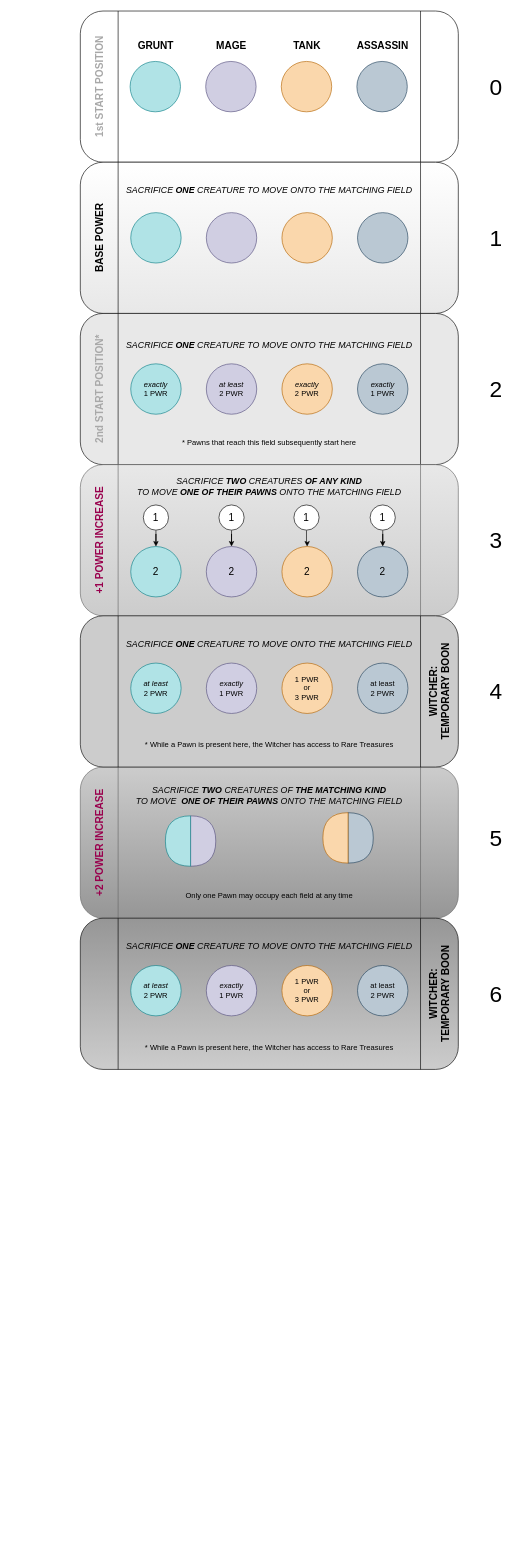
The draw.io diagram Altar.drawio in eldritch-bender/OPMech, before the edit. Source tidied: cells renumbered, new cells numbered last; positions are measured from the earlier drawing's top-left corner, leaving out a move shared by most shapes. Both pictures are drawn from the tidied source at 63%, with x=0, y=0 at pixel (80, 11).
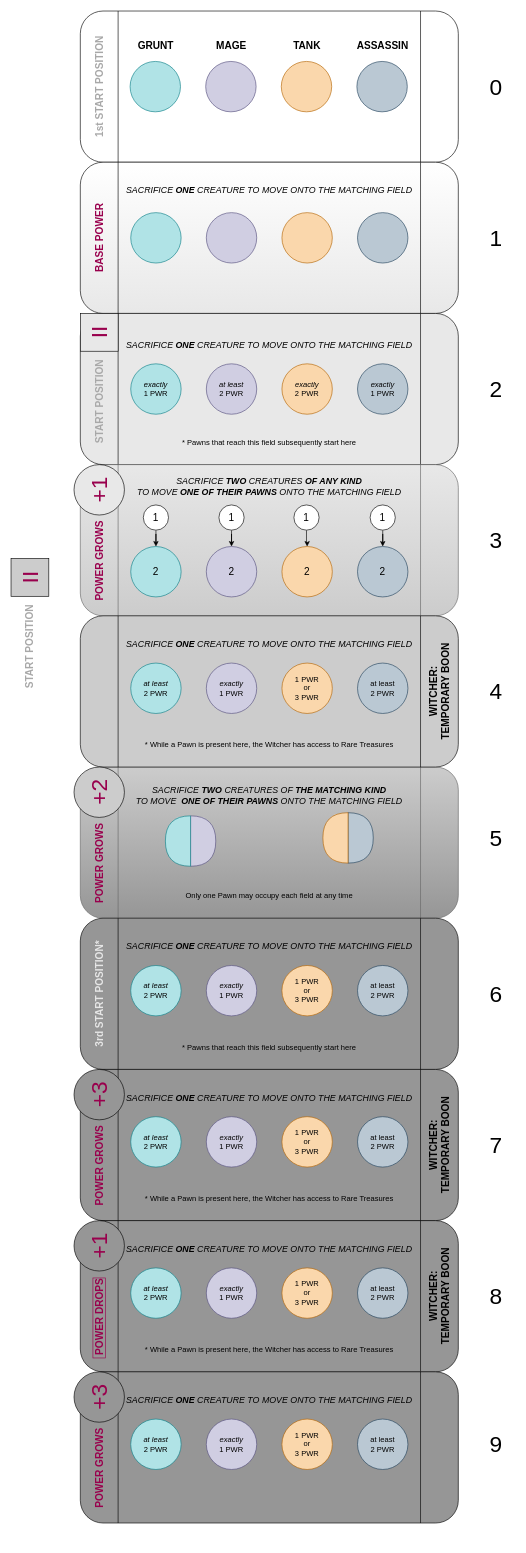
Above is the later version.

Diff of the diagram source:
```diff
@@
-    <mxCell id="26" value="&lt;font style=&quot;font-size: 16px&quot;&gt;BASE POWER&lt;/font&gt;" style="text;html=1;strokeColor=none;fillColor=none;align=center;verticalAlign=middle;whiteSpace=wrap;horizontal=0;fontStyle=1;rounded=1;" parent="1" vertex="1">
+    <mxCell id="26" value="&lt;font style=&quot;font-size: 16px&quot; color=&quot;#99004d&quot;&gt;BASE POWER&lt;/font&gt;" style="text;html=1;strokeColor=none;fillColor=none;align=center;verticalAlign=middle;whiteSpace=wrap;horizontal=0;fontStyle=1;rounded=1;" parent="1" vertex="1">
       <mxGeometry y="240" width="60" height="240" as="geometry" />
     </mxCell>
-    <mxCell id="27" value="&lt;font style=&quot;font-size: 16px&quot;&gt;+1 POWER INCREASE&lt;/font&gt;" style="text;html=1;strokeColor=none;fillColor=none;align=center;verticalAlign=middle;whiteSpace=wrap;horizontal=0;fontStyle=1;rounded=0;fontColor=#99004D;" parent="1" vertex="1">
-      <mxGeometry y="720" width="60" height="240" as="geometry" />
-    </mxCell>
@@
-    <mxCell id="45" value="&lt;span style=&quot;font-size: 16px&quot;&gt;2nd START POSITION*&lt;/span&gt;" style="text;html=1;strokeColor=none;fillColor=none;align=center;verticalAlign=middle;whiteSpace=wrap;horizontal=0;fontStyle=1;rounded=0;fontColor=#A8A8A8;" parent="1" vertex="1">
-      <mxGeometry y="480" width="60" height="240" as="geometry" />
+    <mxCell id="45" value="&lt;span style=&quot;font-size: 16px&quot;&gt;START POSITION&lt;/span&gt;" style="text;html=1;strokeColor=none;fillColor=none;align=center;verticalAlign=middle;whiteSpace=wrap;horizontal=0;fontStyle=1;rounded=0;fontColor=#A8A8A8;labelBackgroundColor=none;labelBorderColor=none;" parent="1" vertex="1">
+      <mxGeometry y="500" width="60" height="240" as="geometry" />
     </mxCell>
@@
-    <mxCell id="69" value="&lt;font style=&quot;font-size: 16px&quot;&gt;+2 POWER INCREASE&lt;/font&gt;" style="text;html=1;strokeColor=none;fillColor=none;align=center;verticalAlign=middle;whiteSpace=wrap;horizontal=0;fontStyle=1;rounded=0;fontColor=#99004D;" parent="1" vertex="1">
-      <mxGeometry y="1200" width="60" height="240" as="geometry" />
-    </mxCell>
-    <mxCell id="70" style="shape=process;whiteSpace=wrap;html=1;backgroundOutline=1;rounded=1;fillColor=#969696;gradientColor=#cccccc;" parent="1" vertex="1">
+    <mxCell id="70" style="shape=process;whiteSpace=wrap;html=1;backgroundOutline=1;rounded=1;fillColor=#969696;" parent="1" vertex="1">
       <mxGeometry y="1440" width="600" height="240" as="geometry" />
     </mxCell>
@@
-    <mxCell id="79" value="&lt;font style=&quot;font-size: 16px&quot;&gt;WITCHER:&lt;br&gt;TEMPORARY BOON&lt;/font&gt;" style="text;html=1;strokeColor=none;fillColor=none;align=center;verticalAlign=middle;whiteSpace=wrap;horizontal=0;fontStyle=1;rounded=0;" parent="1" vertex="1">
-      <mxGeometry x="540" y="1440" width="60" height="240" as="geometry" />
-    </mxCell>
-    <mxCell id="80" value="* While a Pawn is present here, the Witcher has access to Rare Treasures" style="text;html=1;strokeColor=none;fillColor=none;align=center;verticalAlign=middle;whiteSpace=wrap;rounded=0;fontSize=12;" parent="1" vertex="1">
-      <mxGeometry x="60" y="1630" width="480" height="30" as="geometry" />
-    </mxCell>
@@
+    <mxCell id="83" style="shape=process;whiteSpace=wrap;html=1;backgroundOutline=1;rounded=1;fillColor=#969696;" parent="1" vertex="1">
+      <mxGeometry y="1680" width="600" height="240" as="geometry" />
+    </mxCell>
+    <mxCell id="84" style="ellipse;whiteSpace=wrap;html=1;fillColor=#b0e3e6;strokeColor=#0e8088;rounded=1;" parent="1" vertex="1">
+      <mxGeometry x="80" y="1755" width="80" height="80" as="geometry" />
+    </mxCell>
+    <mxCell id="85" style="ellipse;whiteSpace=wrap;html=1;fillColor=#d0cee2;strokeColor=#56517e;rounded=1;" parent="1" vertex="1">
+      <mxGeometry x="200" y="1755" width="80" height="80" as="geometry" />
+    </mxCell>
+    <mxCell id="86" style="ellipse;whiteSpace=wrap;html=1;fillColor=#bac8d3;strokeColor=#23445d;rounded=1;" parent="1" vertex="1">
+      <mxGeometry x="440" y="1755" width="80" height="80" as="geometry" />
+    </mxCell>
+    <mxCell id="87" value="1 PWR&lt;br&gt;or&lt;br&gt;3 PWR" style="ellipse;whiteSpace=wrap;html=1;fillColor=#fad7ac;strokeColor=#b46504;rounded=1;" parent="1" vertex="1">
+      <mxGeometry x="320" y="1755" width="80" height="80" as="geometry" />
+    </mxCell>
+    <mxCell id="88" value="at least&lt;br&gt;2 PWR" style="text;html=1;strokeColor=none;fillColor=none;align=center;verticalAlign=middle;whiteSpace=wrap;rounded=1;" parent="1" vertex="1">
+      <mxGeometry x="450" y="1780" width="60" height="30" as="geometry" />
+    </mxCell>
+    <mxCell id="89" value="&lt;i&gt;at least&lt;/i&gt;&lt;br&gt;2 PWR" style="text;html=1;strokeColor=none;fillColor=none;align=center;verticalAlign=middle;whiteSpace=wrap;rounded=1;" parent="1" vertex="1">
+      <mxGeometry x="90" y="1780" width="60" height="30" as="geometry" />
+    </mxCell>
+    <mxCell id="90" value="&lt;i style=&quot;font-size: 14px&quot;&gt;SACRIFICE &lt;b&gt;ONE&lt;/b&gt; CREATURE TO MOVE ONTO THE MATCHING FIELD&lt;/i&gt;" style="text;html=1;strokeColor=none;fillColor=none;align=center;verticalAlign=middle;whiteSpace=wrap;rounded=1;" parent="1" vertex="1">
+      <mxGeometry x="60" y="1710" width="480" height="30" as="geometry" />
+    </mxCell>
+    <mxCell id="91" value="&lt;i&gt;exactly&lt;/i&gt;&lt;br&gt;1 PWR" style="text;html=1;strokeColor=none;fillColor=none;align=center;verticalAlign=middle;whiteSpace=wrap;rounded=1;" parent="1" vertex="1">
+      <mxGeometry x="210" y="1780" width="60" height="30" as="geometry" />
+    </mxCell>
+    <mxCell id="92" value="&lt;font style=&quot;font-size: 16px&quot;&gt;WITCHER:&lt;br&gt;TEMPORARY BOON&lt;/font&gt;" style="text;html=1;strokeColor=none;fillColor=none;align=center;verticalAlign=middle;whiteSpace=wrap;horizontal=0;fontStyle=1;rounded=0;" parent="1" vertex="1">
+      <mxGeometry x="540" y="1680" width="60" height="240" as="geometry" />
+    </mxCell>
+    <mxCell id="93" value="* While a Pawn is present here, the Witcher has access to Rare Treasures" style="text;html=1;strokeColor=none;fillColor=none;align=center;verticalAlign=middle;whiteSpace=wrap;rounded=0;fontSize=12;" parent="1" vertex="1">
+      <mxGeometry x="60" y="1870" width="480" height="30" as="geometry" />
+    </mxCell>
+    <mxCell id="94" value="&lt;span style=&quot;font-size: 36px&quot;&gt;7&lt;/span&gt;" style="text;html=1;strokeColor=none;fillColor=none;align=center;verticalAlign=middle;whiteSpace=wrap;rounded=0;fontSize=12;" parent="1" vertex="1">
+      <mxGeometry x="630" y="1785" width="60" height="30" as="geometry" />
+    </mxCell>
+    <mxCell id="95" value="&lt;font style=&quot;font-size: 16px&quot;&gt;&amp;nbsp;POWER GROWS&lt;br&gt;&lt;/font&gt;" style="text;html=1;strokeColor=none;fillColor=none;align=center;verticalAlign=middle;whiteSpace=wrap;horizontal=0;fontStyle=1;rounded=0;fontColor=#99004D;" parent="1" vertex="1">
+      <mxGeometry y="1720" width="60" height="230" as="geometry" />
+    </mxCell>
+    <mxCell id="96" style="shape=process;whiteSpace=wrap;html=1;backgroundOutline=1;rounded=1;fillColor=#969696;" parent="1" vertex="1">
+      <mxGeometry y="1920" width="600" height="240" as="geometry" />
+    </mxCell>
+    <mxCell id="97" style="ellipse;whiteSpace=wrap;html=1;fillColor=#b0e3e6;strokeColor=#0e8088;rounded=1;" parent="1" vertex="1">
+      <mxGeometry x="80" y="1995" width="80" height="80" as="geometry" />
+    </mxCell>
+    <mxCell id="98" style="ellipse;whiteSpace=wrap;html=1;fillColor=#d0cee2;strokeColor=#56517e;rounded=1;" parent="1" vertex="1">
+      <mxGeometry x="200" y="1995" width="80" height="80" as="geometry" />
+    </mxCell>
+    <mxCell id="99" style="ellipse;whiteSpace=wrap;html=1;fillColor=#bac8d3;strokeColor=#23445d;rounded=1;" parent="1" vertex="1">
+      <mxGeometry x="440" y="1995" width="80" height="80" as="geometry" />
+    </mxCell>
+    <mxCell id="100" value="1 PWR&lt;br&gt;or&lt;br&gt;3 PWR" style="ellipse;whiteSpace=wrap;html=1;fillColor=#fad7ac;strokeColor=#b46504;rounded=1;" parent="1" vertex="1">
+      <mxGeometry x="320" y="1995" width="80" height="80" as="geometry" />
+    </mxCell>
+    <mxCell id="101" value="at least&lt;br&gt;2 PWR" style="text;html=1;strokeColor=none;fillColor=none;align=center;verticalAlign=middle;whiteSpace=wrap;rounded=1;" parent="1" vertex="1">
+      <mxGeometry x="450" y="2020" width="60" height="30" as="geometry" />
+    </mxCell>
+    <mxCell id="102" value="&lt;i&gt;at least&lt;/i&gt;&lt;br&gt;2 PWR" style="text;html=1;strokeColor=none;fillColor=none;align=center;verticalAlign=middle;whiteSpace=wrap;rounded=1;" parent="1" vertex="1">
+      <mxGeometry x="90" y="2020" width="60" height="30" as="geometry" />
+    </mxCell>
+    <mxCell id="103" value="&lt;i style=&quot;font-size: 14px&quot;&gt;SACRIFICE &lt;b&gt;ONE&lt;/b&gt; CREATURE TO MOVE ONTO THE MATCHING FIELD&lt;/i&gt;" style="text;html=1;strokeColor=none;fillColor=none;align=center;verticalAlign=middle;whiteSpace=wrap;rounded=1;" parent="1" vertex="1">
+      <mxGeometry x="60" y="1950" width="480" height="30" as="geometry" />
+    </mxCell>
+    <mxCell id="104" value="&lt;i&gt;exactly&lt;/i&gt;&lt;br&gt;1 PWR" style="text;html=1;strokeColor=none;fillColor=none;align=center;verticalAlign=middle;whiteSpace=wrap;rounded=1;" parent="1" vertex="1">
+      <mxGeometry x="210" y="2020" width="60" height="30" as="geometry" />
+    </mxCell>
+    <mxCell id="105" value="&lt;font style=&quot;font-size: 16px&quot;&gt;WITCHER:&lt;br&gt;TEMPORARY BOON&lt;/font&gt;" style="text;html=1;strokeColor=none;fillColor=none;align=center;verticalAlign=middle;whiteSpace=wrap;horizontal=0;fontStyle=1;rounded=0;" parent="1" vertex="1">
+      <mxGeometry x="540" y="1920" width="60" height="240" as="geometry" />
+    </mxCell>
+    <mxCell id="106" value="* While a Pawn is present here, the Witcher has access to Rare Treasures" style="text;html=1;strokeColor=none;fillColor=none;align=center;verticalAlign=middle;whiteSpace=wrap;rounded=0;fontSize=12;" parent="1" vertex="1">
+      <mxGeometry x="60" y="2110" width="480" height="30" as="geometry" />
+    </mxCell>
+    <mxCell id="107" value="&lt;span style=&quot;font-size: 36px&quot;&gt;8&lt;/span&gt;" style="text;html=1;strokeColor=none;fillColor=none;align=center;verticalAlign=middle;whiteSpace=wrap;rounded=0;fontSize=12;" parent="1" vertex="1">
+      <mxGeometry x="630" y="2025" width="60" height="30" as="geometry" />
+    </mxCell>
+    <mxCell id="108" style="shape=process;whiteSpace=wrap;html=1;backgroundOutline=1;rounded=1;fillColor=#969696;" parent="1" vertex="1">
+      <mxGeometry y="2160" width="600" height="240" as="geometry" />
+    </mxCell>
+    <mxCell id="109" style="ellipse;whiteSpace=wrap;html=1;fillColor=#b0e3e6;strokeColor=#0e8088;rounded=1;" parent="1" vertex="1">
+      <mxGeometry x="80" y="2235" width="80" height="80" as="geometry" />
+    </mxCell>
+    <mxCell id="110" style="ellipse;whiteSpace=wrap;html=1;fillColor=#d0cee2;strokeColor=#56517e;rounded=1;" parent="1" vertex="1">
+      <mxGeometry x="200" y="2235" width="80" height="80" as="geometry" />
+    </mxCell>
+    <mxCell id="111" style="ellipse;whiteSpace=wrap;html=1;fillColor=#bac8d3;strokeColor=#23445d;rounded=1;" parent="1" vertex="1">
+      <mxGeometry x="440" y="2235" width="80" height="80" as="geometry" />
+    </mxCell>
+    <mxCell id="112" value="1 PWR&lt;br&gt;or&lt;br&gt;3 PWR" style="ellipse;whiteSpace=wrap;html=1;fillColor=#fad7ac;strokeColor=#b46504;rounded=1;" parent="1" vertex="1">
+      <mxGeometry x="320" y="2235" width="80" height="80" as="geometry" />
+    </mxCell>
+    <mxCell id="113" value="at least&lt;br&gt;2 PWR" style="text;html=1;strokeColor=none;fillColor=none;align=center;verticalAlign=middle;whiteSpace=wrap;rounded=1;" parent="1" vertex="1">
+      <mxGeometry x="450" y="2260" width="60" height="30" as="geometry" />
+    </mxCell>
+    <mxCell id="114" value="&lt;i&gt;at least&lt;/i&gt;&lt;br&gt;2 PWR" style="text;html=1;strokeColor=none;fillColor=none;align=center;verticalAlign=middle;whiteSpace=wrap;rounded=1;" parent="1" vertex="1">
+      <mxGeometry x="90" y="2260" width="60" height="30" as="geometry" />
+    </mxCell>
+    <mxCell id="115" value="&lt;i style=&quot;font-size: 14px&quot;&gt;SACRIFICE &lt;b&gt;ONE&lt;/b&gt; CREATURE TO MOVE ONTO THE MATCHING FIELD&lt;/i&gt;" style="text;html=1;strokeColor=none;fillColor=none;align=center;verticalAlign=middle;whiteSpace=wrap;rounded=1;" parent="1" vertex="1">
+      <mxGeometry x="60" y="2190" width="480" height="30" as="geometry" />
+    </mxCell>
+    <mxCell id="116" value="&lt;i&gt;exactly&lt;/i&gt;&lt;br&gt;1 PWR" style="text;html=1;strokeColor=none;fillColor=none;align=center;verticalAlign=middle;whiteSpace=wrap;rounded=1;" parent="1" vertex="1">
+      <mxGeometry x="210" y="2260" width="60" height="30" as="geometry" />
+    </mxCell>
+    <mxCell id="117" value="&lt;span style=&quot;font-size: 36px&quot;&gt;9&lt;/span&gt;" style="text;html=1;strokeColor=none;fillColor=none;align=center;verticalAlign=middle;whiteSpace=wrap;rounded=0;fontSize=12;" parent="1" vertex="1">
+      <mxGeometry x="630" y="2260" width="60" height="30" as="geometry" />
+    </mxCell>
+    <mxCell id="118" value="&lt;span style=&quot;font-size: 16px&quot;&gt;&lt;font color=&quot;#e6e6e6&quot;&gt;3rd START POSITION*&lt;/font&gt;&lt;/span&gt;" style="text;html=1;strokeColor=none;fillColor=none;align=center;verticalAlign=middle;whiteSpace=wrap;horizontal=0;fontStyle=1;rounded=0;fontColor=#A8A8A8;labelBackgroundColor=none;labelBorderColor=none;" parent="1" vertex="1">
+      <mxGeometry y="1440" width="60" height="240" as="geometry" />
+    </mxCell>
+    <mxCell id="119" value="* Pawns that reach this field subsequently start here" style="text;html=1;strokeColor=none;fillColor=none;align=center;verticalAlign=middle;whiteSpace=wrap;rounded=0;fontSize=12;" parent="1" vertex="1">
+      <mxGeometry x="60" y="1630" width="480" height="30" as="geometry" />
+    </mxCell>
+    <mxCell id="120" value="&lt;font color=&quot;#99004d&quot;&gt;+3&lt;/font&gt;" style="ellipse;whiteSpace=wrap;html=1;labelBackgroundColor=none;labelBorderColor=none;fontSize=36;fontColor=#E6E6E6;fillColor=#969696;gradientColor=none;verticalAlign=middle;horizontal=0;" parent="1" vertex="1">
+      <mxGeometry x="-10" y="1680" width="80" height="80" as="geometry" />
+    </mxCell>
+    <mxCell id="121" value="&lt;font style=&quot;font-size: 16px&quot;&gt;&amp;nbsp;POWER GROWS&lt;br&gt;&lt;/font&gt;" style="text;html=1;strokeColor=none;fillColor=none;align=center;verticalAlign=middle;whiteSpace=wrap;horizontal=0;fontStyle=1;rounded=0;fontColor=#99004D;" parent="1" vertex="1">
+      <mxGeometry y="1240" width="60" height="230" as="geometry" />
+    </mxCell>
+    <mxCell id="122" value="&lt;font color=&quot;#99004d&quot;&gt;+2&lt;/font&gt;" style="ellipse;whiteSpace=wrap;html=1;labelBackgroundColor=none;labelBorderColor=none;fontSize=36;fontColor=#E6E6E6;fillColor=#cccccc;gradientColor=none;verticalAlign=middle;horizontal=0;" parent="1" vertex="1">
+      <mxGeometry x="-10" y="1200" width="80" height="80" as="geometry" />
+    </mxCell>
+    <mxCell id="123" value="&lt;font style=&quot;font-size: 16px&quot;&gt;&amp;nbsp;POWER GROWS&lt;br&gt;&lt;/font&gt;" style="text;html=1;strokeColor=none;fillColor=none;align=center;verticalAlign=middle;whiteSpace=wrap;horizontal=0;fontStyle=1;rounded=0;fontColor=#99004D;" parent="1" vertex="1">
+      <mxGeometry y="760" width="60" height="230" as="geometry" />
+    </mxCell>
+    <mxCell id="124" value="&lt;font color=&quot;#99004d&quot;&gt;+1&lt;/font&gt;" style="ellipse;whiteSpace=wrap;html=1;labelBackgroundColor=none;labelBorderColor=none;fontSize=36;fontColor=#000000;fillColor=#e8e8e8;gradientColor=none;verticalAlign=middle;horizontal=0;" parent="1" vertex="1">
+      <mxGeometry x="-10" y="720" width="80" height="80" as="geometry" />
+    </mxCell>
+    <mxCell id="125" value="&lt;span style=&quot;font-size: 16px&quot;&gt;START POSITION&lt;/span&gt;" style="text;html=1;strokeColor=none;fillColor=none;align=center;verticalAlign=middle;whiteSpace=wrap;horizontal=0;fontStyle=1;rounded=0;fontColor=#A8A8A8;labelBackgroundColor=none;labelBorderColor=none;" parent="1" vertex="1">
+      <mxGeometry x="-110" y="889" width="60" height="240" as="geometry" />
+    </mxCell>
+    <mxCell id="126" value="II" style="whiteSpace=wrap;html=1;labelBackgroundColor=#cccccc;labelBorderColor=none;fontSize=36;fontColor=#99004D;fillColor=#cccccc;gradientColor=none;verticalAlign=middle;horizontal=0;" parent="1" vertex="1">
+      <mxGeometry x="-110" y="869" width="60" height="60" as="geometry" />
+    </mxCell>
+    <mxCell id="127" value="&lt;font style=&quot;font-size: 16px&quot;&gt;&amp;nbsp;POWER DROPS&lt;br&gt;&lt;/font&gt;" style="text;html=1;strokeColor=none;fillColor=none;align=center;verticalAlign=middle;whiteSpace=wrap;horizontal=0;fontStyle=1;rounded=0;fontColor=#99004D;labelBorderColor=#99004D;" parent="1" vertex="1">
+      <mxGeometry y="1960" width="60" height="230" as="geometry" />
+    </mxCell>
+    <mxCell id="128" value="&lt;font color=&quot;#99004d&quot;&gt;+1&lt;/font&gt;" style="ellipse;whiteSpace=wrap;html=1;labelBackgroundColor=none;labelBorderColor=none;fontSize=36;fontColor=#E6E6E6;fillColor=#969696;gradientColor=none;verticalAlign=middle;horizontal=0;" parent="1" vertex="1">
+      <mxGeometry x="-10" y="1920" width="80" height="80" as="geometry" />
+    </mxCell>
+    <mxCell id="129" value="&lt;font style=&quot;font-size: 16px&quot;&gt;&amp;nbsp;POWER GROWS&lt;br&gt;&lt;/font&gt;" style="text;html=1;strokeColor=none;fillColor=none;align=center;verticalAlign=middle;whiteSpace=wrap;horizontal=0;fontStyle=1;rounded=0;fontColor=#99004D;" parent="1" vertex="1">
+      <mxGeometry y="2200" width="60" height="230" as="geometry" />
+    </mxCell>
+    <mxCell id="130" value="&lt;font color=&quot;#99004d&quot;&gt;+3&lt;/font&gt;" style="ellipse;whiteSpace=wrap;html=1;labelBackgroundColor=none;labelBorderColor=none;fontSize=36;fontColor=#E6E6E6;fillColor=#969696;gradientColor=none;verticalAlign=middle;horizontal=0;" parent="1" vertex="1">
+      <mxGeometry x="-10" y="2160" width="80" height="80" as="geometry" />
+    </mxCell>
+    <mxCell id="131" value="II" style="whiteSpace=wrap;html=1;labelBackgroundColor=none;labelBorderColor=none;fontSize=36;fontColor=#99004D;fillColor=#E8E8E8;gradientColor=none;verticalAlign=middle;horizontal=0;" parent="1" vertex="1">
+      <mxGeometry y="480" width="60" height="60" as="geometry" />
+    </mxCell>
```
